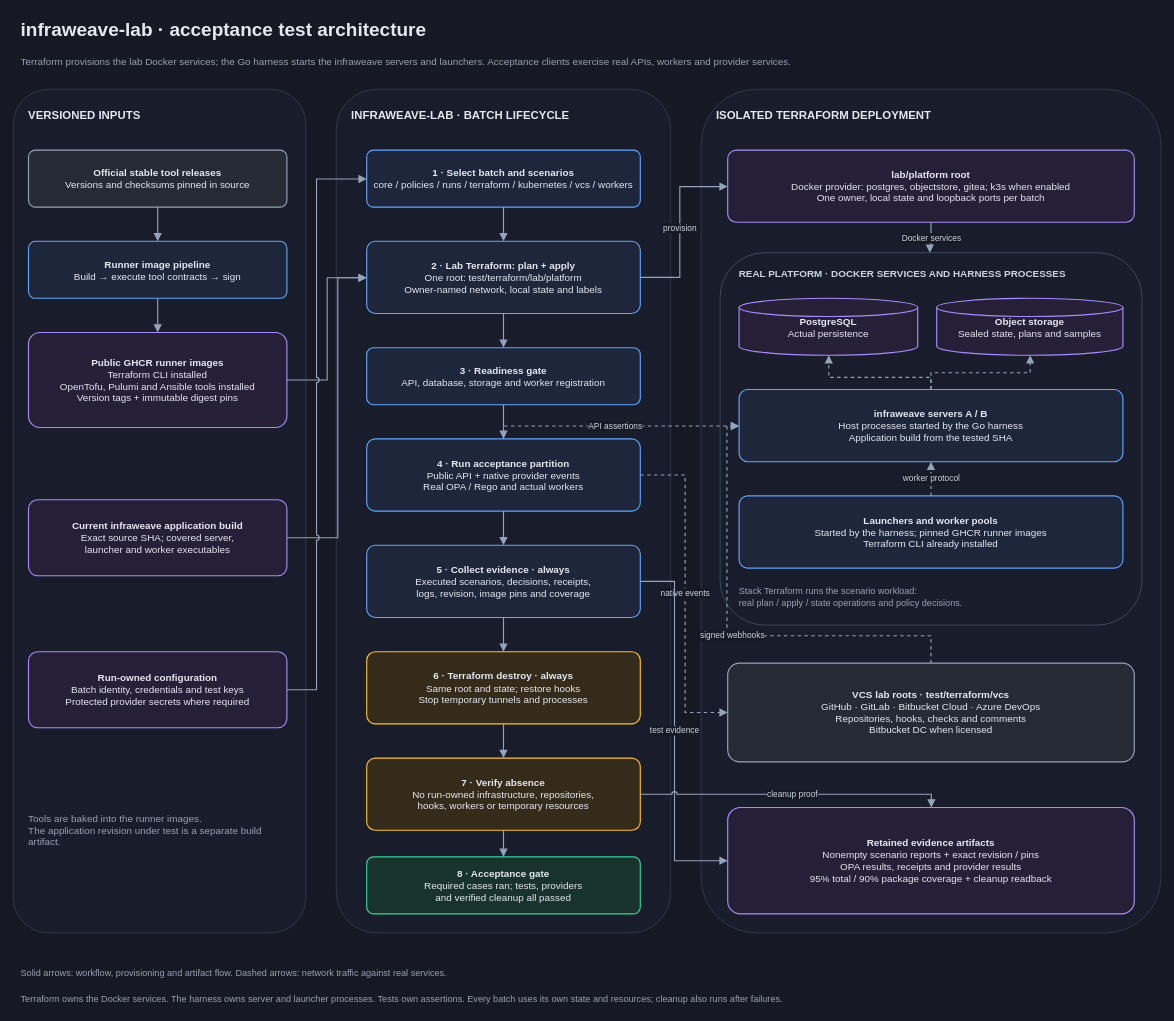
This is docs/diagrams/infraweave-lab-test-architecture.drawio from weaveplatform/infraweave, a draw.io file, before an edit. Source tidied: cells renumbered, new cells numbered last; positions are measured from the earlier drawing's top-left corner, leaving out a move shared by most shapes. Both pictures are drawn from the tidied source at 76%, with x=0, y=0 at pixel (13, 13).
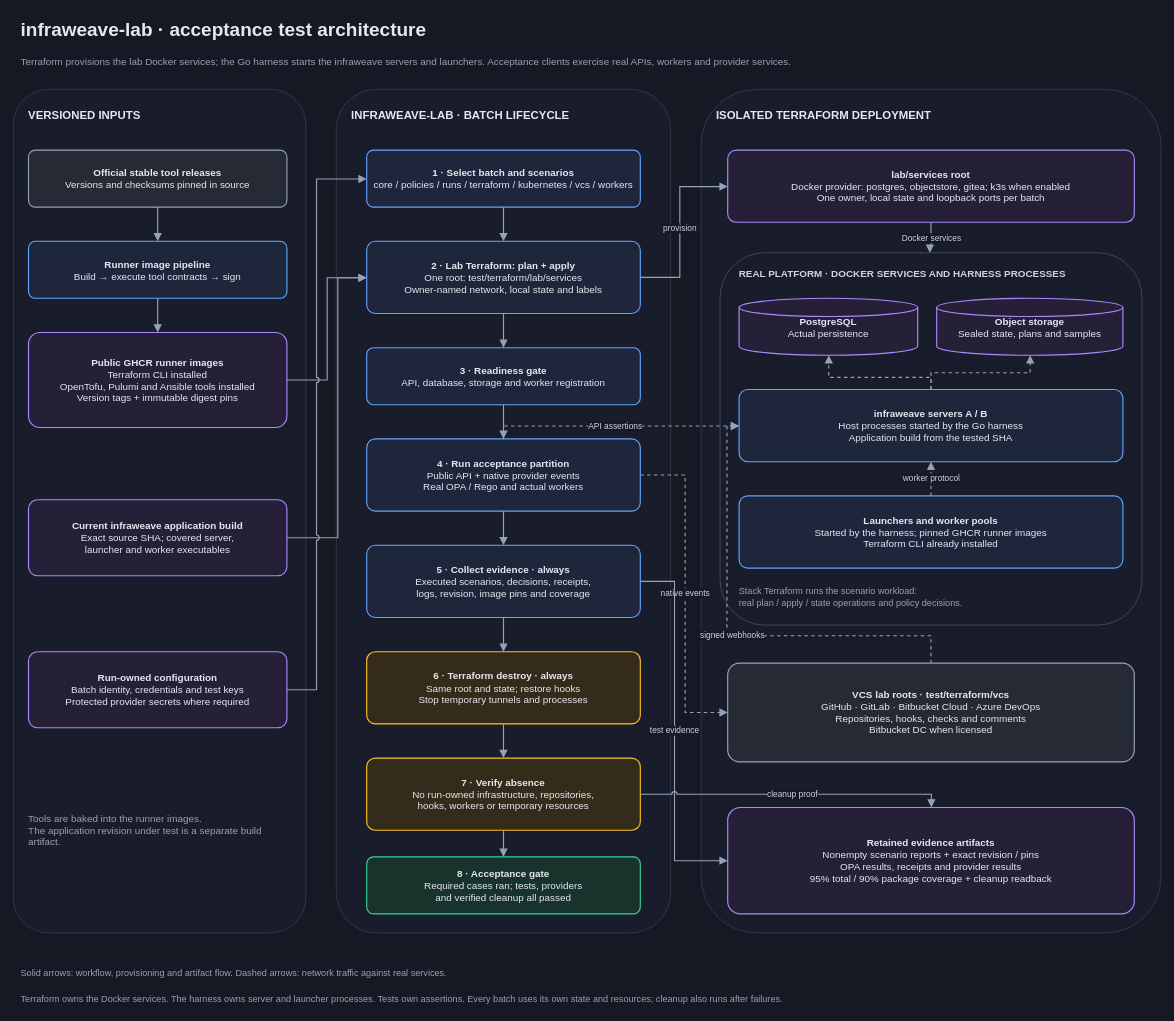
The same page after the edit.

Change to the diagram source:
```diff
@@
-    <mxCell id="17" value="&lt;b&gt;2 · Lab Terraform: plan + apply&lt;/b&gt;&lt;br&gt;One root: test/terraform/lab/platform&lt;br&gt;Owner-named network, local state and labels" style="rounded=1;arcSize=12;whiteSpace=wrap;html=1;fontFamily=Helvetica;fontSize=13;fontColor=#e6e8f0;strokeWidth=1.5;spacing=10;fillColor=#1d263b;strokeColor=#60a5fa;" parent="1" vertex="1">
+    <mxCell id="17" value="&lt;b&gt;2 · Lab Terraform: plan + apply&lt;/b&gt;&lt;br&gt;One root: test/terraform/lab/services&lt;br&gt;Owner-named network, local state and labels" style="rounded=1;arcSize=12;whiteSpace=wrap;html=1;fontFamily=Helvetica;fontSize=13;fontColor=#e6e8f0;strokeWidth=1.5;spacing=10;fillColor=#1d263b;strokeColor=#60a5fa;" parent="1" vertex="1">
       <mxGeometry x="465" y="300" width="360" height="95" as="geometry" />
     </mxCell>
@@
-    <mxCell id="24" value="&lt;b&gt;lab/platform root&lt;/b&gt;&lt;br&gt;Docker provider: postgres, objectstore, gitea; k3s when enabled&lt;br&gt;One owner, local state and loopback ports per batch" style="rounded=1;arcSize=12;whiteSpace=wrap;html=1;fontFamily=Helvetica;fontSize=13;fontColor=#e6e8f0;strokeWidth=1.5;spacing=10;fillColor=#251f38;strokeColor=#a78bfa;" parent="1" vertex="1">
+    <mxCell id="24" value="&lt;b&gt;lab/services root&lt;/b&gt;&lt;br&gt;Docker provider: postgres, objectstore, gitea; k3s when enabled&lt;br&gt;One owner, local state and loopback ports per batch" style="rounded=1;arcSize=12;whiteSpace=wrap;html=1;fontFamily=Helvetica;fontSize=13;fontColor=#e6e8f0;strokeWidth=1.5;spacing=10;fillColor=#251f38;strokeColor=#a78bfa;" parent="1" vertex="1">
       <mxGeometry x="940" y="180" width="535" height="95" as="geometry" />
     </mxCell>
```
